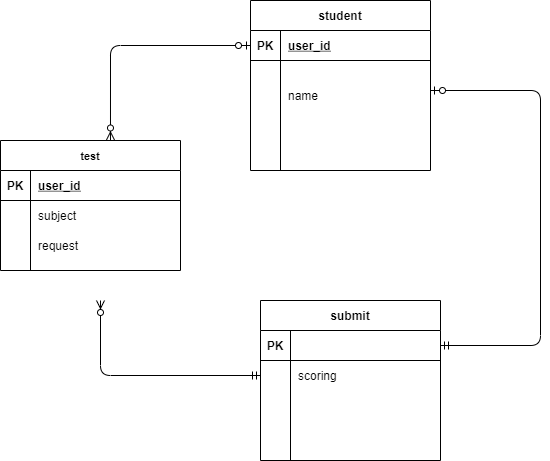
Before: index.drawio.png, a diagram exported from draw.io (kgrkgr/datebase). Source tidied: cells renumbered, new cells last; positions are measured from the earlier drawing's top-left corner, leaving out a move shared by most shapes.
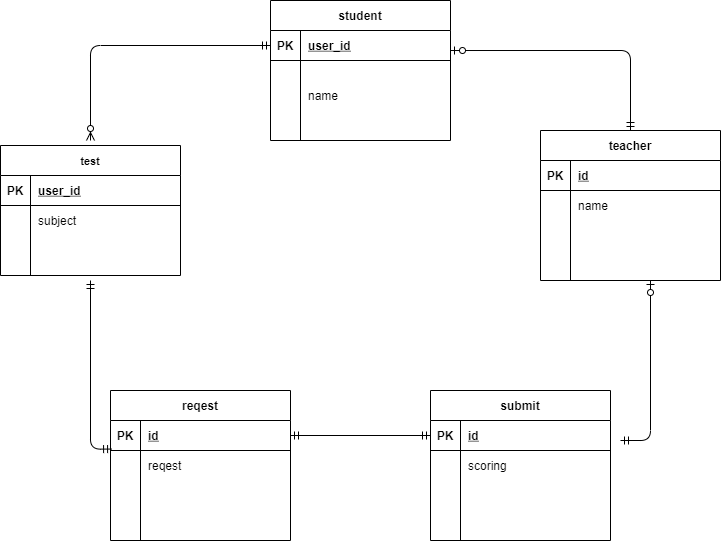
After the commit.

The edit, as a diff of the source:
```diff
@@ -3,7 +3,7 @@
     <mxCell id="0" />
     <mxCell id="1" parent="0" />
     <mxCell id="2" value="student" style="shape=table;startSize=30;rowLines=0;fontStyle=1;align=center;" parent="1" vertex="1">
-      <mxGeometry x="250" width="180" height="170" as="geometry" />
+      <mxGeometry x="270" y="-20" width="180" height="140" as="geometry" />
     </mxCell>
     <mxCell id="3" style="shape=partialRectangle;fillColor=none;top=0;left=0;bottom=1;right=0;points=[[0,0.5],[1,0.5]];portConstraint=eastwest;" parent="2" vertex="1">
       <mxGeometry y="30" width="180" height="30" as="geometry" />
@@ -42,7 +42,7 @@
       <mxGeometry x="30" width="150" height="30" as="geometry" />
     </mxCell>
     <mxCell id="15" value="submit" style="shape=table;startSize=30;rowLines=0;fontStyle=1;align=center;" parent="1" vertex="1">
-      <mxGeometry x="260" y="300" width="180" height="160" as="geometry" />
+      <mxGeometry x="430" y="370" width="180" height="150" as="geometry" />
     </mxCell>
     <mxCell id="16" style="shape=partialRectangle;fillColor=none;top=0;left=0;bottom=1;right=0;points=[[0,0.5],[1,0.5]];portConstraint=eastwest;" parent="15" vertex="1">
       <mxGeometry y="30" width="180" height="30" as="geometry" />
@@ -50,7 +50,7 @@
     <mxCell id="17" value="PK" style="shape=partialRectangle;fillColor=none;top=0;left=0;bottom=0;right=0;fontStyle=1;overflow=hidden;" parent="16" vertex="1">
       <mxGeometry width="30" height="30" as="geometry" />
     </mxCell>
-    <mxCell id="18" style="shape=partialRectangle;fillColor=none;top=0;left=0;bottom=0;right=0;align=left;spacingLeft=6;fontStyle=5;overflow=hidden;" parent="16" vertex="1">
+    <mxCell id="18" value="id" style="shape=partialRectangle;fillColor=none;top=0;left=0;bottom=0;right=0;align=left;spacingLeft=6;fontStyle=5;overflow=hidden;" parent="16" vertex="1">
       <mxGeometry x="30" width="150" height="30" as="geometry" />
     </mxCell>
     <mxCell id="19" style="shape=partialRectangle;fillColor=none;top=0;left=0;bottom=0;right=0;points=[[0,0.5],[1,0.5]];portConstraint=eastwest;" parent="15" vertex="1">
@@ -72,16 +72,16 @@
       <mxGeometry x="30" width="150" height="30" as="geometry" />
     </mxCell>
     <mxCell id="25" style="shape=partialRectangle;fillColor=none;top=0;left=0;bottom=0;right=0;" parent="15" vertex="1">
-      <mxGeometry y="120" width="180" height="30" as="geometry" />
+      <mxGeometry y="120" width="180" height="20" as="geometry" />
     </mxCell>
     <mxCell id="26" style="shape=partialRectangle;fillColor=none;top=0;left=0;bottom=0;right=0;overflow=hidden;" parent="25" vertex="1">
-      <mxGeometry width="30" height="30" as="geometry" />
+      <mxGeometry width="30" height="20" as="geometry" />
     </mxCell>
     <mxCell id="27" style="shape=partialRectangle;fillColor=none;top=0;left=0;bottom=0;right=0;align=left;spacingLeft=6;overflow=hidden;" parent="25" vertex="1">
-      <mxGeometry x="30" width="150" height="30" as="geometry" />
+      <mxGeometry x="30" width="150" height="20" as="geometry" />
     </mxCell>
     <mxCell id="28" value="test" style="shape=table;startSize=30;rowLines=0;fontStyle=1;align=center;fontSize=11;" parent="1" vertex="1">
-      <mxGeometry y="140" width="180" height="130" as="geometry" />
+      <mxGeometry y="125" width="180" height="130" as="geometry" />
     </mxCell>
     <mxCell id="29" style="shape=partialRectangle;fillColor=none;top=0;left=0;bottom=1;right=0;" parent="28" vertex="1">
       <mxGeometry y="30" width="180" height="30" as="geometry" />
@@ -107,25 +107,110 @@
     <mxCell id="36" style="shape=partialRectangle;fillColor=none;top=0;left=0;bottom=0;right=0;overflow=hidden;" parent="35" vertex="1">
       <mxGeometry width="30" height="30" as="geometry" />
     </mxCell>
-    <mxCell id="37" value="request" style="shape=partialRectangle;fillColor=none;top=0;left=0;bottom=0;right=0;align=left;spacingLeft=6;overflow=hidden;" parent="35" vertex="1">
+    <mxCell id="37" style="shape=partialRectangle;fillColor=none;top=0;left=0;bottom=0;right=0;align=left;spacingLeft=6;overflow=hidden;" parent="35" vertex="1">
       <mxGeometry x="30" width="150" height="30" as="geometry" />
     </mxCell>
-    <mxCell id="38" style="fontSize=12;html=1;endArrow=ERzeroToMany;startArrow=ERzeroToOne;entryX=0.611;entryY=-0.004;entryDx=0;entryDy=0;entryPerimeter=0;exitX=0;exitY=0.5;exitDx=0;exitDy=0;edgeStyle=orthogonalEdgeStyle;" parent="1" edge="1" source="3" target="28">
-      <mxGeometry relative="1" as="geometry" />
-    </mxCell>
-    <mxCell id="39" style="edgeStyle=orthogonalEdgeStyle;fontSize=12;html=1;endArrow=ERzeroToMany;startArrow=ERmandOne;exitX=0;exitY=0.5;exitDx=0;exitDy=0;" parent="1" edge="1" source="19">
-      <mxGeometry relative="1" as="geometry">
-        <mxPoint x="100" y="300" as="targetPoint" />
-      </mxGeometry>
-    </mxCell>
-    <mxCell id="40" style="edgeStyle=orthogonalEdgeStyle;fontSize=12;html=1;endArrow=ERzeroToOne;startArrow=ERmandOne;exitX=1;exitY=0.5;exitDx=0;exitDy=0;" parent="1" edge="1" source="16">
-      <mxGeometry relative="1" as="geometry">
-        <mxPoint x="430" y="90" as="targetPoint" />
-        <Array as="points">
-          <mxPoint x="540" y="345" />
-          <mxPoint x="540" y="90" />
-        </Array>
-      </mxGeometry>
-    </mxCell>
+    <mxCell id="41" value="reqest" style="shape=table;startSize=30;rowLines=0;fontStyle=1;align=center;" parent="1" vertex="1">
+      <mxGeometry x="110" y="370" width="180" height="150" as="geometry" />
+    </mxCell>
+    <mxCell id="42" style="shape=partialRectangle;fillColor=none;top=0;left=0;bottom=1;right=0;points=[[0,0.5],[1,0.5]];portConstraint=eastwest;" parent="41" vertex="1">
+      <mxGeometry y="30" width="180" height="30" as="geometry" />
+    </mxCell>
+    <mxCell id="43" value="PK" style="shape=partialRectangle;fillColor=none;top=0;left=0;bottom=0;right=0;fontStyle=1;overflow=hidden;" parent="42" vertex="1">
+      <mxGeometry width="30" height="30" as="geometry" />
+    </mxCell>
+    <mxCell id="44" value="id" style="shape=partialRectangle;fillColor=none;top=0;left=0;bottom=0;right=0;align=left;spacingLeft=6;fontStyle=5;overflow=hidden;" parent="42" vertex="1">
+      <mxGeometry x="30" width="150" height="30" as="geometry" />
+    </mxCell>
+    <mxCell id="45" style="shape=partialRectangle;fillColor=none;top=0;left=0;bottom=0;right=0;" parent="41" vertex="1">
+      <mxGeometry y="60" width="180" height="30" as="geometry" />
+    </mxCell>
+    <mxCell id="46" style="shape=partialRectangle;fillColor=none;top=0;left=0;bottom=0;right=0;overflow=hidden;" parent="45" vertex="1">
+      <mxGeometry width="30" height="30" as="geometry" />
+    </mxCell>
+    <mxCell id="47" value="reqest" style="shape=partialRectangle;fillColor=none;top=0;left=0;bottom=0;right=0;align=left;spacingLeft=6;overflow=hidden;" parent="45" vertex="1">
+      <mxGeometry x="30" width="150" height="30" as="geometry" />
+    </mxCell>
+    <mxCell id="48" style="shape=partialRectangle;fillColor=none;top=0;left=0;bottom=0;right=0;" parent="41" vertex="1">
+      <mxGeometry y="90" width="180" height="30" as="geometry" />
+    </mxCell>
+    <mxCell id="49" style="shape=partialRectangle;fillColor=none;top=0;left=0;bottom=0;right=0;overflow=hidden;" parent="48" vertex="1">
+      <mxGeometry width="30" height="30" as="geometry" />
+    </mxCell>
+    <mxCell id="50" style="shape=partialRectangle;fillColor=none;top=0;left=0;bottom=0;right=0;align=left;spacingLeft=6;overflow=hidden;" parent="48" vertex="1">
+      <mxGeometry x="30" width="150" height="30" as="geometry" />
+    </mxCell>
+    <mxCell id="51" style="shape=partialRectangle;fillColor=none;top=0;left=0;bottom=0;right=0;" parent="41" vertex="1">
+      <mxGeometry y="120" width="180" height="20" as="geometry" />
+    </mxCell>
+    <mxCell id="52" style="shape=partialRectangle;fillColor=none;top=0;left=0;bottom=0;right=0;overflow=hidden;" parent="51" vertex="1">
+      <mxGeometry width="30" height="20" as="geometry" />
+    </mxCell>
+    <mxCell id="53" style="shape=partialRectangle;fillColor=none;top=0;left=0;bottom=0;right=0;align=left;spacingLeft=6;overflow=hidden;" parent="51" vertex="1">
+      <mxGeometry x="30" width="150" height="20" as="geometry" />
+    </mxCell>
+    <mxCell id="54" value="teacher" style="shape=table;startSize=30;rowLines=0;fontStyle=1;align=center;" parent="1" vertex="1">
+      <mxGeometry x="540" y="110" width="180" height="150" as="geometry" />
+    </mxCell>
+    <mxCell id="55" style="shape=partialRectangle;fillColor=none;top=0;left=0;bottom=1;right=0;" parent="54" vertex="1">
+      <mxGeometry y="30" width="180" height="30" as="geometry" />
+    </mxCell>
+    <mxCell id="56" value="PK" style="shape=partialRectangle;fillColor=none;top=0;left=0;bottom=0;right=0;fontStyle=1;overflow=hidden;" parent="55" vertex="1">
+      <mxGeometry width="30" height="30" as="geometry" />
+    </mxCell>
+    <mxCell id="57" value="id" style="shape=partialRectangle;fillColor=none;top=0;left=0;bottom=0;right=0;align=left;spacingLeft=6;fontStyle=5;overflow=hidden;" parent="55" vertex="1">
+      <mxGeometry x="30" width="150" height="30" as="geometry" />
+    </mxCell>
+    <mxCell id="58" style="shape=partialRectangle;fillColor=none;top=0;left=0;bottom=0;right=0;" parent="54" vertex="1">
+      <mxGeometry y="60" width="180" height="30" as="geometry" />
+    </mxCell>
+    <mxCell id="59" style="shape=partialRectangle;fillColor=none;top=0;left=0;bottom=0;right=0;overflow=hidden;" parent="58" vertex="1">
+      <mxGeometry width="30" height="30" as="geometry" />
+    </mxCell>
+    <mxCell id="60" value="name" style="shape=partialRectangle;fillColor=none;top=0;left=0;bottom=0;right=0;align=left;spacingLeft=6;overflow=hidden;" parent="58" vertex="1">
+      <mxGeometry x="30" width="150" height="30" as="geometry" />
+    </mxCell>
+    <mxCell id="61" style="shape=partialRectangle;fillColor=none;top=0;left=0;bottom=0;right=0;" parent="54" vertex="1">
+      <mxGeometry y="90" width="180" height="30" as="geometry" />
+    </mxCell>
+    <mxCell id="62" style="shape=partialRectangle;fillColor=none;top=0;left=0;bottom=0;right=0;overflow=hidden;" parent="61" vertex="1">
+      <mxGeometry width="30" height="30" as="geometry" />
+    </mxCell>
+    <mxCell id="63" style="shape=partialRectangle;fillColor=none;top=0;left=0;bottom=0;right=0;align=left;spacingLeft=6;overflow=hidden;" parent="61" vertex="1">
+      <mxGeometry x="30" width="150" height="30" as="geometry" />
+    </mxCell>
+    <mxCell id="64" style="shape=partialRectangle;fillColor=none;top=0;left=0;bottom=0;right=0;" parent="54" vertex="1">
+      <mxGeometry y="120" width="180" height="20" as="geometry" />
+    </mxCell>
+    <mxCell id="65" style="shape=partialRectangle;fillColor=none;top=0;left=0;bottom=0;right=0;overflow=hidden;" parent="64" vertex="1">
+      <mxGeometry width="30" height="20" as="geometry" />
+    </mxCell>
+    <mxCell id="66" style="shape=partialRectangle;fillColor=none;top=0;left=0;bottom=0;right=0;align=left;spacingLeft=6;overflow=hidden;" parent="64" vertex="1">
+      <mxGeometry x="30" width="150" height="20" as="geometry" />
+    </mxCell>
+    <mxCell id="67" style="edgeStyle=orthogonalEdgeStyle;fontSize=12;html=1;endArrow=ERzeroToMany;startArrow=ERmandOne;exitX=0;exitY=0.5;exitDx=0;exitDy=0;" parent="1" edge="1" source="3">
+      <mxGeometry relative="1" as="geometry">
+        <mxPoint x="90" y="120" as="targetPoint" />
+      </mxGeometry>
+    </mxCell>
+    <mxCell id="68" style="edgeStyle=orthogonalEdgeStyle;fontSize=12;html=1;endArrow=ERmandOne;startArrow=ERmandOne;exitX=0.006;exitY=0.952;exitDx=0;exitDy=0;exitPerimeter=0;" parent="1" edge="1" source="42">
+      <mxGeometry relative="1" as="geometry">
+        <mxPoint x="90" y="260" as="targetPoint" />
+      </mxGeometry>
+    </mxCell>
+    <mxCell id="69" style="fontSize=12;html=1;endArrow=ERmandOne;startArrow=ERmandOne;exitX=1;exitY=0.5;exitDx=0;exitDy=0;" parent="1" edge="1" source="42">
+      <mxGeometry relative="1" as="geometry">
+        <mxPoint x="430" y="415" as="targetPoint" />
+      </mxGeometry>
+    </mxCell>
+    <mxCell id="70" style="fontSize=12;html=1;endArrow=ERzeroToOne;startArrow=ERmandOne;edgeStyle=orthogonalEdgeStyle;" parent="1" edge="1">
+      <mxGeometry relative="1" as="geometry">
+        <mxPoint x="620" y="420" as="sourcePoint" />
+        <mxPoint x="650" y="260" as="targetPoint" />
+      </mxGeometry>
+    </mxCell>
+    <mxCell id="71" style="edgeStyle=orthogonalEdgeStyle;fontSize=12;html=1;endArrow=ERzeroToOne;startArrow=ERmandOne;entryX=1;entryY=0.667;entryDx=0;entryDy=0;entryPerimeter=0;exitX=0.5;exitY=0;exitDx=0;exitDy=0;" parent="1" edge="1" source="54" target="3">
+      <mxGeometry relative="1" as="geometry" />
+    </mxCell>
   </root>
 </mxGraphModel>
```
